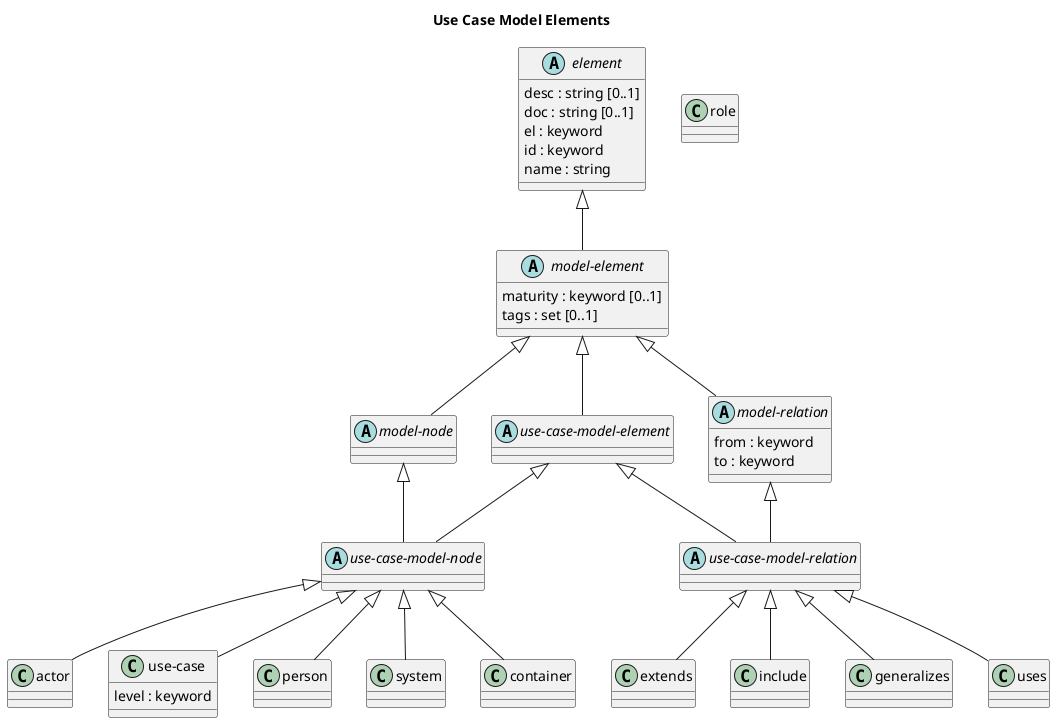
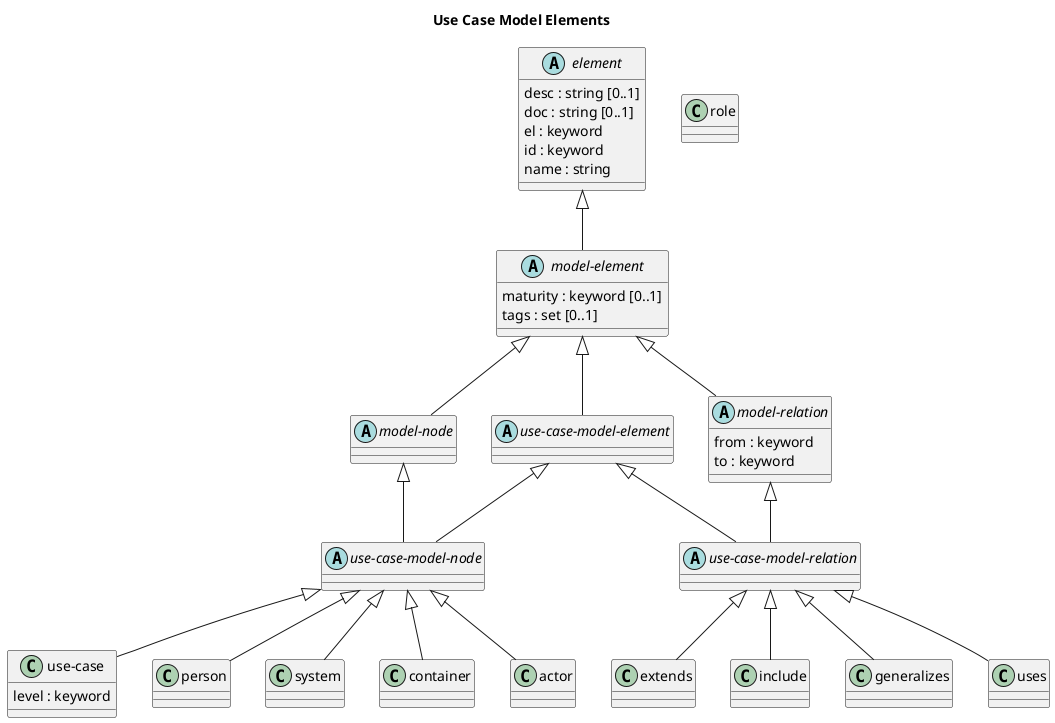
@startuml use-case-model-elements






title Use Case Model Elements

- class "actor" as overarch_dataModel_actor {}
class "extends" as overarch_dataModel_extends {}
abstract class "model-element" as overarch_dataModel_modelElement {
  maturity : keyword [0..1]
  tags : set [0..1]
}
class "include" as overarch_dataModel_include {}
class "use-case" as overarch_dataModel_useCase {
  level : keyword
}
class "person" as overarch_dataModel_person {}
class "generalizes" as overarch_dataModel_generalizes {}
+ class "system" as overarch_dataModel_system {}
+ class "container" as overarch_dataModel_container {}
abstract class "model-node" as overarch_dataModel_modelNode {}
abstract class "model-relation" as overarch_dataModel_modelRelation {
  from : keyword
  to : keyword
}
abstract class "use-case-model-relation" as overarch_dataModel_useCaseModelRelation {}
abstract class "use-case-model-node" as overarch_dataModel_useCaseModelNode {}
class "uses" as overarch_dataModel_uses {}
class "role" as overarch_dataModel_role {}
- class "system" as overarch_dataModel_system {}
+ class "actor" as overarch_dataModel_actor {}
abstract class "use-case-model-element" as overarch_dataModel_useCaseModelElement {}
abstract class "element" as overarch_dataModel_element {
  desc : string [0..1]
  doc : string [0..1]
  el : keyword
  id : keyword
  name : string
}
- class "container" as overarch_dataModel_container {}
overarch_dataModel_useCaseModelRelation <|-- overarch_dataModel_extends
overarch_dataModel_element <|-- overarch_dataModel_modelElement
overarch_dataModel_modelElement <|-- overarch_dataModel_modelNode
overarch_dataModel_modelNode <|-- overarch_dataModel_useCaseModelNode
overarch_dataModel_useCaseModelNode <|-- overarch_dataModel_useCase
overarch_dataModel_useCaseModelNode <|-- overarch_dataModel_system
overarch_dataModel_modelElement <|-- overarch_dataModel_modelRelation
overarch_dataModel_useCaseModelNode <|-- overarch_dataModel_person
overarch_dataModel_useCaseModelNode <|-- overarch_dataModel_actor
overarch_dataModel_useCaseModelNode <|-- overarch_dataModel_container
overarch_dataModel_useCaseModelRelation <|-- overarch_dataModel_include
overarch_dataModel_modelElement <|-- overarch_dataModel_useCaseModelElement
overarch_dataModel_useCaseModelElement <|-- overarch_dataModel_useCaseModelRelation
overarch_dataModel_useCaseModelElement <|-- overarch_dataModel_useCaseModelNode
overarch_dataModel_modelRelation <|-- overarch_dataModel_useCaseModelRelation
overarch_dataModel_useCaseModelRelation <|-- overarch_dataModel_uses
overarch_dataModel_useCaseModelRelation <|-- overarch_dataModel_generalizes
@enduml
